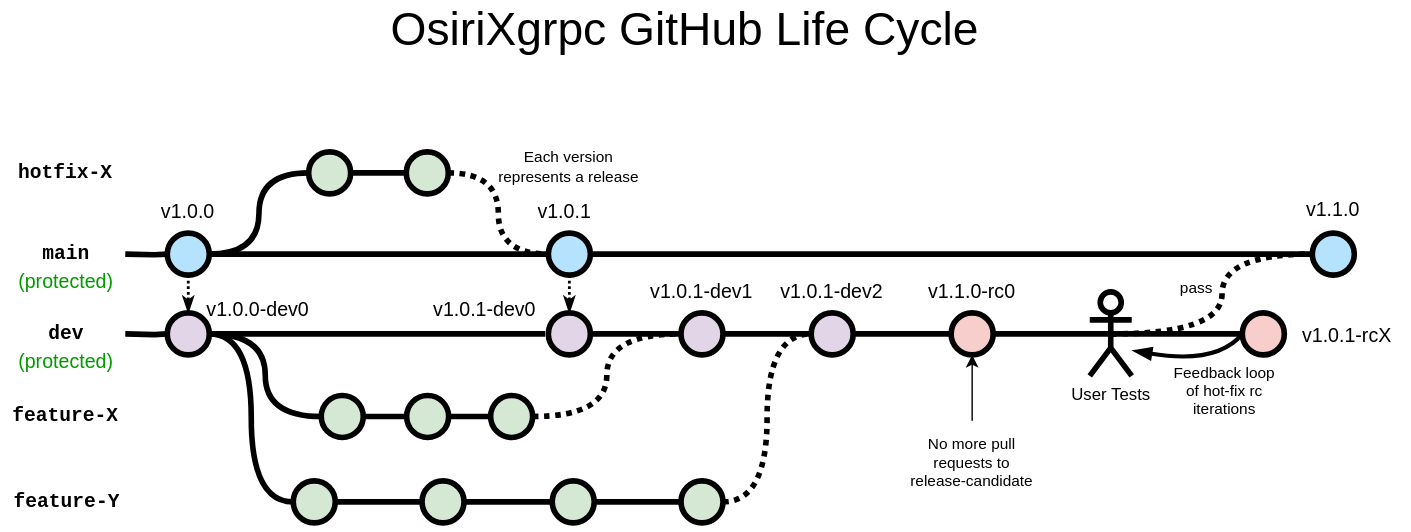
Above: docs/docfiles/assets/osirixgrpc.drawio.svg in osirixgrpc/osirixgrpc (draw.io), before the change. Source tidied: cells renumbered, new cells last; positions are measured from the earlier drawing's top-left corner, leaving out a move shared by most shapes.
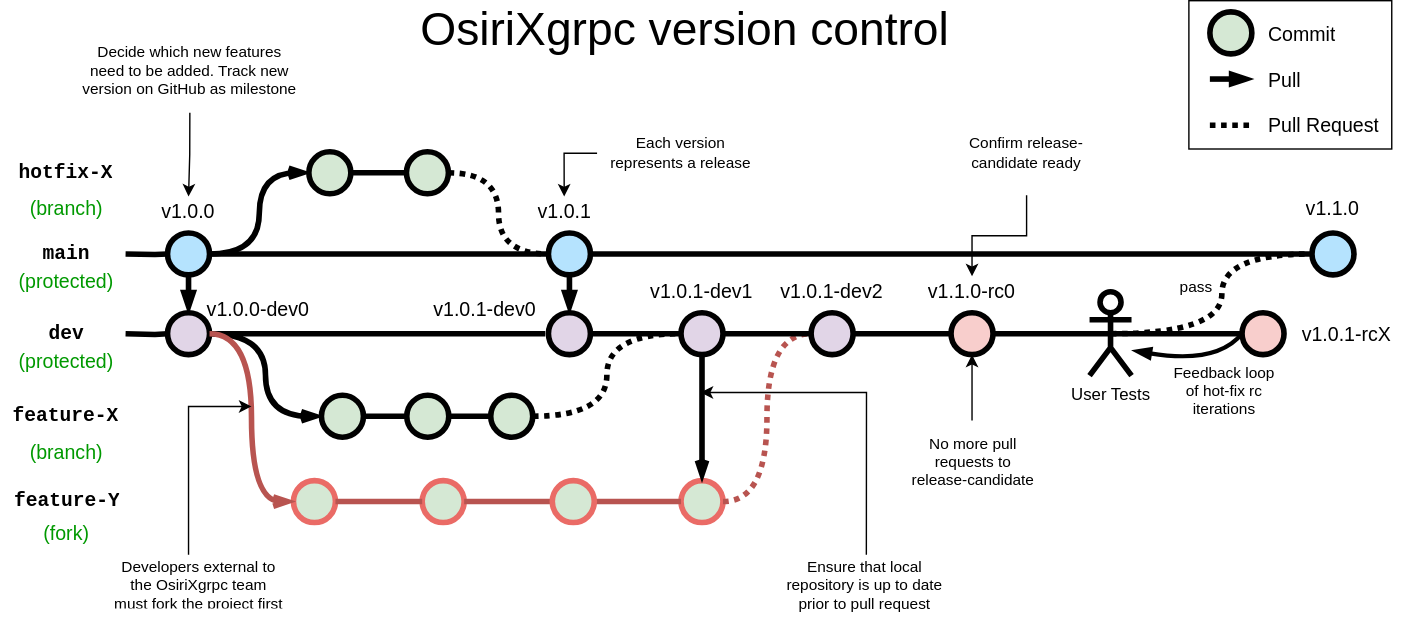
The same diagram one commit later.

Change to the diagram source:
```diff
@@ -5,7 +5,7 @@
     <mxCell id="2" style="edgeStyle=orthogonalEdgeStyle;rounded=0;html=1;jettySize=auto;plain-blue;endArrow=none;endFill=0;strokeWidth=4;strokeColor=#000000;entryX=0;entryY=0.5;entryDx=0;entryDy=0;entryPerimeter=0;" parent="1" edge="1" source="4" target="21">
       <mxGeometry x="292.2" y="211" as="geometry" />
     </mxCell>
-    <mxCell id="3" style="edgeStyle=orthogonalEdgeStyle;curved=1;rounded=0;html=1;exitX=1;exitY=0.5;exitPerimeter=0;entryX=0;entryY=0.5;entryPerimeter=0;endArrow=none;endFill=0;jettySize=auto;strokeWidth=4;fontSize=15;exitDx=0;exitDy=0;" parent="1" edge="1" source="24" target="8">
+    <mxCell id="3" style="edgeStyle=orthogonalEdgeStyle;curved=1;rounded=0;html=1;exitX=1;exitY=0.5;exitPerimeter=0;entryX=0;entryY=0.5;entryPerimeter=0;endArrow=openThin;endFill=0;jettySize=auto;strokeWidth=4;fontSize=15;exitDx=0;exitDy=0;" parent="1" edge="1" source="24" target="8">
       <mxGeometry relative="1" as="geometry" />
     </mxCell>
     <mxCell id="4" style="verticalLabelPosition=bottom;verticalAlign=top;html=1;strokeWidth=4;shape=mxgraph.flowchart.on-page_reference;plain-blue;gradientColor=none;fillColor=#B5E3Fe;strokeColor=#000000;" parent="1" vertex="1">
@@ -31,10 +31,13 @@
     <mxCell id="10" value="v1.0.0" style="text;html=1;strokeColor=none;fillColor=none;align=center;verticalAlign=middle;whiteSpace=wrap;overflow=hidden;fontSize=14;" parent="1" vertex="1">
       <mxGeometry x="100" y="140" width="70" height="20" as="geometry" />
     </mxCell>
+    <mxCell id="69" style="edgeStyle=orthogonalEdgeStyle;rounded=0;jettySize=auto;html=1;entryX=0.5;entryY=0;entryDx=0;entryDy=0;exitX=0;exitY=0.5;exitDx=0;exitDy=0;" parent="1" edge="1" source="11" target="16">
+      <mxGeometry relative="1" as="geometry" />
+    </mxCell>
     <mxCell id="11" value="&lt;span style=&quot;font-size: 11px;&quot;&gt;Each version represents a release&lt;/span&gt;" style="text;html=1;strokeColor=none;fillColor=none;align=center;verticalAlign=middle;whiteSpace=wrap;overflow=hidden;fontSize=11;fontStyle=0;fontColor=#000000;" parent="1" vertex="1">
-      <mxGeometry x="347.2" y="100" width="120" height="38" as="geometry" />
+      <mxGeometry x="427" y="90" width="120" height="38" as="geometry" />
     </mxCell>
-    <mxCell id="12" value="OsiriXgrpc GitHub Life Cycle" style="text;html=1;strokeColor=none;fillColor=none;align=center;verticalAlign=middle;whiteSpace=wrap;rounded=0;fontSize=33;fontColor=#000000;" parent="1" vertex="1">
+    <mxCell id="12" value="OsiriXgrpc version&amp;nbsp;control" style="text;html=1;strokeColor=none;fillColor=none;align=center;verticalAlign=middle;whiteSpace=wrap;rounded=0;fontSize=33;fontColor=#000000;" parent="1" vertex="1">
       <mxGeometry x="221" width="538" height="40" as="geometry" />
     </mxCell>
     <mxCell id="13" style="endArrow=classic;html=1;strokeWidth=1;fontFamily=Courier New;fontColor=#009900;entryX=0.5;entryY=1;entryDx=0;entryDy=0;entryPerimeter=0;" parent="1" edge="1" target="55">
@@ -43,7 +46,7 @@
       </mxGeometry>
     </mxCell>
     <mxCell id="14" value="&lt;span style=&quot;font-size: 11px;&quot;&gt;No more pull requests to release-candidate&lt;br style=&quot;font-size: 11px;&quot;&gt;&lt;/span&gt;" style="text;html=1;strokeColor=none;fillColor=none;align=center;verticalAlign=middle;whiteSpace=wrap;overflow=hidden;fontSize=11;fontStyle=0;fontColor=#000000;" parent="1" vertex="1">
-      <mxGeometry x="646.1" y="300" width="97.8" height="60" as="geometry" />
+      <mxGeometry x="647.1" y="300" width="97.8" height="60" as="geometry" />
     </mxCell>
     <mxCell id="15" style="edgeStyle=orthogonalEdgeStyle;rounded=0;jettySize=auto;html=1;fontSize=15;endArrow=none;endFill=0;strokeWidth=4;entryX=0;entryY=0.5;entryDx=0;entryDy=0;entryPerimeter=0;exitX=1;exitY=0.5;exitDx=0;exitDy=0;exitPerimeter=0;" parent="1" edge="1" source="21" target="5">
       <mxGeometry relative="1" as="geometry" />
@@ -51,7 +54,7 @@
     <mxCell id="16" value="v1.0.1" style="text;html=1;strokeColor=none;fillColor=none;align=center;verticalAlign=middle;whiteSpace=wrap;overflow=hidden;fontSize=14;" parent="1" vertex="1">
       <mxGeometry x="368.5" y="140" width="70" height="20" as="geometry" />
     </mxCell>
-    <mxCell id="17" style="edgeStyle=orthogonalEdgeStyle;curved=1;rounded=0;html=1;exitX=1;exitY=0.5;exitPerimeter=0;endArrow=none;endFill=0;jettySize=auto;strokeWidth=4;fontSize=15;exitDx=0;exitDy=0;entryX=0;entryY=0.5;entryDx=0;entryDy=0;entryPerimeter=0;" parent="1" edge="1" source="4" target="18">
+    <mxCell id="17" style="edgeStyle=orthogonalEdgeStyle;curved=1;rounded=0;html=1;exitX=1;exitY=0.5;exitPerimeter=0;endArrow=openThin;endFill=0;jettySize=auto;strokeWidth=4;fontSize=15;exitDx=0;exitDy=0;entryX=0;entryY=0.5;entryDx=0;entryDy=0;entryPerimeter=0;" parent="1" edge="1" source="4" target="18">
       <mxGeometry relative="1" as="geometry" />
     </mxCell>
     <mxCell id="18" style="verticalLabelPosition=bottom;verticalAlign=top;html=1;strokeWidth=4;shape=mxgraph.flowchart.on-page_reference;plain-purple;gradientColor=none;strokeColor=#000000;fillColor=#D5E8D4;" parent="1" vertex="1">
@@ -112,13 +115,13 @@
     <mxCell id="35" style="verticalLabelPosition=bottom;verticalAlign=top;html=1;strokeWidth=4;shape=mxgraph.flowchart.on-page_reference;fillColor=#e1d5e7;strokeColor=#000000;" parent="1" vertex="1">
       <mxGeometry x="392.2" y="223" width="30" height="30" as="geometry" />
     </mxCell>
-    <mxCell id="36" style="edgeStyle=orthogonalEdgeStyle;rounded=0;html=1;jettySize=auto;plain-blue;endArrow=classicThin;endFill=1;strokeWidth=2;strokeColor=#000000;exitX=0.5;exitY=1;exitDx=0;exitDy=0;exitPerimeter=0;entryX=0.5;entryY=0;entryDx=0;entryDy=0;entryPerimeter=0;dashed=1;dashPattern=1 1;" parent="1" edge="1" source="4" target="24">
+    <mxCell id="36" style="edgeStyle=orthogonalEdgeStyle;rounded=0;html=1;jettySize=auto;plain-blue;endArrow=blockThin;endFill=1;strokeWidth=4;strokeColor=#000000;exitX=0.5;exitY=1;exitDx=0;exitDy=0;exitPerimeter=0;entryX=0.5;entryY=0;entryDx=0;entryDy=0;entryPerimeter=0;" parent="1" edge="1" source="4" target="24">
       <mxGeometry x="292.2" y="211" as="geometry" />
     </mxCell>
     <mxCell id="37" value="v1.1.0" style="text;html=1;strokeColor=none;fillColor=none;align=center;verticalAlign=middle;whiteSpace=wrap;overflow=hidden;fontSize=14;" parent="1" vertex="1">
       <mxGeometry x="918" y="138" width="70" height="20" as="geometry" />
     </mxCell>
-    <mxCell id="38" style="edgeStyle=orthogonalEdgeStyle;rounded=0;html=1;jettySize=auto;plain-blue;endArrow=classicThin;endFill=1;strokeWidth=2;strokeColor=#000000;exitX=0.5;exitY=1;exitDx=0;exitDy=0;exitPerimeter=0;entryX=0.5;entryY=0;entryDx=0;entryDy=0;entryPerimeter=0;dashed=1;dashPattern=1 1;" parent="1" edge="1" source="21" target="35">
+    <mxCell id="38" style="edgeStyle=orthogonalEdgeStyle;rounded=0;html=1;jettySize=auto;plain-blue;endArrow=blockThin;endFill=1;strokeWidth=4;strokeColor=#000000;exitX=0.5;exitY=1;exitDx=0;exitDy=0;exitPerimeter=0;entryX=0.5;entryY=0;entryDx=0;entryDy=0;entryPerimeter=0;" parent="1" edge="1" source="21" target="35">
       <mxGeometry x="292.2" y="211" as="geometry" />
     </mxCell>
     <mxCell id="39" value="v1.0.0-dev0" style="text;html=1;strokeColor=none;fillColor=none;align=center;verticalAlign=middle;whiteSpace=wrap;overflow=hidden;fontSize=14;" parent="1" vertex="1">
@@ -136,25 +139,25 @@
     <mxCell id="43" style="verticalLabelPosition=bottom;verticalAlign=top;html=1;strokeWidth=4;shape=mxgraph.flowchart.on-page_reference;strokeColor=#000000;fillColor=#e1d5e7;" parent="1" vertex="1">
       <mxGeometry x="580" y="223" width="30" height="30" as="geometry" />
     </mxCell>
-    <mxCell id="44" style="verticalLabelPosition=bottom;verticalAlign=top;html=1;strokeWidth=4;shape=mxgraph.flowchart.on-page_reference;plain-purple;gradientColor=none;strokeColor=#000000;fillColor=#D5E8D4;" parent="1" vertex="1">
+    <mxCell id="44" style="verticalLabelPosition=bottom;verticalAlign=top;html=1;strokeWidth=4;shape=mxgraph.flowchart.on-page_reference;plain-purple;gradientColor=none;strokeColor=#EA6B66;fillColor=#D5E8D4;" parent="1" vertex="1">
       <mxGeometry x="210" y="343" width="30" height="30" as="geometry" />
     </mxCell>
-    <mxCell id="45" style="verticalLabelPosition=bottom;verticalAlign=top;html=1;strokeWidth=4;shape=mxgraph.flowchart.on-page_reference;plain-purple;gradientColor=none;strokeColor=#000000;fillColor=#D5E8D4;" parent="1" vertex="1">
+    <mxCell id="45" style="verticalLabelPosition=bottom;verticalAlign=top;html=1;strokeWidth=4;shape=mxgraph.flowchart.on-page_reference;plain-purple;gradientColor=none;strokeColor=#EA6B66;fillColor=#D5E8D4;" parent="1" vertex="1">
       <mxGeometry x="302" y="343" width="30" height="30" as="geometry" />
     </mxCell>
-    <mxCell id="46" style="verticalLabelPosition=bottom;verticalAlign=top;html=1;strokeWidth=4;shape=mxgraph.flowchart.on-page_reference;plain-purple;gradientColor=none;strokeColor=#000000;fillColor=#D5E8D4;" parent="1" vertex="1">
+    <mxCell id="46" style="verticalLabelPosition=bottom;verticalAlign=top;html=1;strokeWidth=4;shape=mxgraph.flowchart.on-page_reference;plain-purple;gradientColor=none;strokeColor=#EA6B66;fillColor=#D5E8D4;" parent="1" vertex="1">
       <mxGeometry x="487" y="343" width="30" height="30" as="geometry" />
     </mxCell>
-    <mxCell id="47" style="edgeStyle=orthogonalEdgeStyle;curved=1;rounded=0;html=1;entryX=0;entryY=0.5;entryPerimeter=0;endArrow=none;endFill=0;jettySize=auto;strokeWidth=4;fontSize=15;exitX=1;exitY=0.5;exitDx=0;exitDy=0;exitPerimeter=0;entryDx=0;entryDy=0;" parent="1" edge="1" source="24" target="44">
+    <mxCell id="47" style="edgeStyle=orthogonalEdgeStyle;curved=1;rounded=0;html=1;entryX=0;entryY=0.5;entryPerimeter=0;endArrow=openThin;endFill=0;jettySize=auto;strokeWidth=4;fontSize=15;exitX=1;exitY=0.5;exitDx=0;exitDy=0;exitPerimeter=0;entryDx=0;entryDy=0;fillColor=#f8cecc;strokeColor=#b85450;" parent="1" edge="1" source="24" target="44">
       <mxGeometry relative="1" as="geometry" />
     </mxCell>
-    <mxCell id="48" style="edgeStyle=orthogonalEdgeStyle;rounded=0;html=1;jettySize=auto;plain-blue;endArrow=none;endFill=0;strokeWidth=4;strokeColor=#000000;exitX=1;exitY=0.5;exitDx=0;exitDy=0;exitPerimeter=0;entryX=0;entryY=0.5;entryDx=0;entryDy=0;entryPerimeter=0;" parent="1" edge="1" source="44" target="45">
+    <mxCell id="48" style="edgeStyle=orthogonalEdgeStyle;rounded=0;html=1;jettySize=auto;endArrow=none;endFill=0;strokeWidth=4;strokeColor=#b85450;exitX=1;exitY=0.5;exitDx=0;exitDy=0;exitPerimeter=0;entryX=0;entryY=0.5;entryDx=0;entryDy=0;entryPerimeter=0;fillColor=#f8cecc;" parent="1" edge="1" source="44" target="45">
       <mxGeometry x="292.2" y="211" as="geometry" />
     </mxCell>
-    <mxCell id="49" style="edgeStyle=orthogonalEdgeStyle;rounded=0;html=1;jettySize=auto;plain-blue;endArrow=none;endFill=0;strokeWidth=4;strokeColor=#000000;exitX=0;exitY=0.5;exitDx=0;exitDy=0;exitPerimeter=0;entryX=1;entryY=0.5;entryDx=0;entryDy=0;entryPerimeter=0;" parent="1" edge="1" source="54" target="45">
+    <mxCell id="49" style="edgeStyle=orthogonalEdgeStyle;rounded=0;html=1;jettySize=auto;endArrow=none;endFill=0;strokeWidth=4;strokeColor=#b85450;exitX=0;exitY=0.5;exitDx=0;exitDy=0;exitPerimeter=0;entryX=1;entryY=0.5;entryDx=0;entryDy=0;entryPerimeter=0;fillColor=#f8cecc;" parent="1" edge="1" source="54" target="45">
       <mxGeometry x="292.2" y="211" as="geometry" />
     </mxCell>
-    <mxCell id="50" style="edgeStyle=orthogonalEdgeStyle;curved=1;rounded=0;html=1;entryX=0;entryY=0.5;entryPerimeter=0;endArrow=none;endFill=0;jettySize=auto;strokeWidth=4;fontSize=15;exitX=1;exitY=0.5;exitDx=0;exitDy=0;exitPerimeter=0;entryDx=0;entryDy=0;dashed=1;dashPattern=1 1;" parent="1" edge="1" source="46" target="43">
+    <mxCell id="50" style="edgeStyle=orthogonalEdgeStyle;curved=1;rounded=0;html=1;entryX=0;entryY=0.5;entryPerimeter=0;endArrow=none;endFill=0;jettySize=auto;strokeWidth=4;fontSize=15;exitX=1;exitY=0.5;exitDx=0;exitDy=0;exitPerimeter=0;entryDx=0;entryDy=0;dashed=1;dashPattern=1 1;fillColor=#f8cecc;strokeColor=#b85450;" parent="1" edge="1" source="46" target="43">
       <mxGeometry relative="1" as="geometry" />
     </mxCell>
     <mxCell id="51" style="edgeStyle=orthogonalEdgeStyle;rounded=0;html=1;jettySize=auto;plain-blue;endArrow=none;endFill=0;strokeWidth=4;strokeColor=#000000;exitX=0;exitY=0.5;exitDx=0;exitDy=0;exitPerimeter=0;entryX=1;entryY=0.5;entryDx=0;entryDy=0;entryPerimeter=0;" parent="1" edge="1" source="43" target="25">
@@ -163,10 +166,10 @@
     <mxCell id="52" value="v1.0.1-dev2" style="text;html=1;strokeColor=none;fillColor=none;align=center;verticalAlign=middle;whiteSpace=wrap;overflow=hidden;fontSize=14;" parent="1" vertex="1">
       <mxGeometry x="550" y="197" width="90" height="20" as="geometry" />
     </mxCell>
-    <mxCell id="53" style="edgeStyle=orthogonalEdgeStyle;rounded=0;html=1;jettySize=auto;plain-blue;endArrow=none;endFill=0;strokeWidth=4;strokeColor=#000000;exitX=0;exitY=0.5;exitDx=0;exitDy=0;exitPerimeter=0;entryX=1;entryY=0.5;entryDx=0;entryDy=0;entryPerimeter=0;" parent="1" edge="1" source="46" target="54">
+    <mxCell id="53" style="edgeStyle=orthogonalEdgeStyle;rounded=0;html=1;jettySize=auto;endArrow=none;endFill=0;strokeWidth=4;strokeColor=#b85450;exitX=0;exitY=0.5;exitDx=0;exitDy=0;exitPerimeter=0;entryX=1;entryY=0.5;entryDx=0;entryDy=0;entryPerimeter=0;fillColor=#f8cecc;" parent="1" edge="1" source="46" target="54">
       <mxGeometry x="292.2" y="211" as="geometry" />
     </mxCell>
-    <mxCell id="54" style="verticalLabelPosition=bottom;verticalAlign=top;html=1;strokeWidth=4;shape=mxgraph.flowchart.on-page_reference;plain-purple;gradientColor=none;strokeColor=#000000;fillColor=#D5E8D4;" parent="1" vertex="1">
+    <mxCell id="54" style="verticalLabelPosition=bottom;verticalAlign=top;html=1;strokeWidth=4;shape=mxgraph.flowchart.on-page_reference;plain-purple;gradientColor=none;strokeColor=#EA6B66;fillColor=#D5E8D4;" parent="1" vertex="1">
       <mxGeometry x="395" y="343" width="30" height="30" as="geometry" />
     </mxCell>
     <mxCell id="55" style="verticalLabelPosition=bottom;verticalAlign=top;html=1;strokeWidth=4;shape=mxgraph.flowchart.on-page_reference;strokeColor=#000000;fillColor=#f8cecc;" parent="1" vertex="1">
@@ -196,7 +199,7 @@
     <mxCell id="63" value="feature-X" style="text;html=1;strokeColor=none;fillColor=none;align=center;verticalAlign=middle;whiteSpace=wrap;overflow=hidden;fontSize=14;fontStyle=1;fontFamily=Courier New;" parent="1" vertex="1">
       <mxGeometry x="0.5" y="276" width="95" height="42" as="geometry" />
     </mxCell>
-    <mxCell id="64" value="feature-Y" style="text;html=1;strokeColor=none;fillColor=none;align=center;verticalAlign=middle;whiteSpace=wrap;overflow=hidden;fontSize=14;fontStyle=1;fontFamily=Courier New;" parent="1" vertex="1">
+    <mxCell id="64" value="feature-Y&lt;br&gt;" style="text;html=1;strokeColor=none;fillColor=none;align=center;verticalAlign=middle;whiteSpace=wrap;overflow=hidden;fontSize=14;fontStyle=1;fontFamily=Courier New;" parent="1" vertex="1">
       <mxGeometry x="0.5" y="337" width="95" height="42" as="geometry" />
     </mxCell>
     <mxCell id="65" value="v1.0.1-rcX" style="text;html=1;strokeColor=none;fillColor=none;align=center;verticalAlign=middle;whiteSpace=wrap;overflow=hidden;fontSize=14;" parent="1" vertex="1">
@@ -216,5 +219,82 @@
     <mxCell id="68" value="Feedback loop&lt;br&gt;of hot-fix rc&lt;br&gt;iterations" style="text;html=1;align=center;verticalAlign=middle;strokeColor=none;fillColor=none;fontSize=11;" parent="1" vertex="1">
       <mxGeometry x="825" y="254" width="100" height="50" as="geometry" />
     </mxCell>
+    <mxCell id="70" value="(fork)" style="text;html=1;strokeColor=none;fillColor=none;align=center;verticalAlign=middle;whiteSpace=wrap;overflow=hidden;fontSize=14;fontStyle=0;fontColor=#009900;" parent="1" vertex="1">
+      <mxGeometry x="12.1" y="370" width="71.8" height="20" as="geometry" />
+    </mxCell>
+    <mxCell id="71" style="edgeStyle=orthogonalEdgeStyle;rounded=0;jettySize=auto;html=1;exitX=0.5;exitY=1;exitDx=0;exitDy=0;entryX=0.5;entryY=0;entryDx=0;entryDy=0;" parent="1" edge="1" source="72" target="10">
+      <mxGeometry relative="1" as="geometry" />
+    </mxCell>
+    <mxCell id="72" value="&lt;span style=&quot;font-size: 11px;&quot;&gt;Decide which new features need to be added. Track new version on GitHub as milestone&lt;br style=&quot;font-size: 11px;&quot;&gt;&lt;/span&gt;" style="text;html=1;strokeColor=none;fillColor=none;align=center;verticalAlign=middle;whiteSpace=wrap;overflow=hidden;fontSize=11;fontStyle=0;fontColor=#000000;" parent="1" vertex="1">
+      <mxGeometry x="57.9" y="20" width="156.1" height="60" as="geometry" />
+    </mxCell>
+    <mxCell id="73" style="edgeStyle=orthogonalEdgeStyle;rounded=0;jettySize=auto;html=1;" parent="1" edge="1" source="74">
+      <mxGeometry relative="1" as="geometry">
+        <mxPoint x="180" y="290" as="targetPoint" />
+        <Array as="points">
+          <mxPoint x="135" y="290" />
+        </Array>
+      </mxGeometry>
+    </mxCell>
+    <mxCell id="74" value="&lt;span style=&quot;font-size: 11px;&quot;&gt;Developers external to the OsiriXgrpc team must fork the project first&lt;br style=&quot;font-size: 11px;&quot;&gt;&lt;/span&gt;" style="text;html=1;strokeColor=none;fillColor=none;align=center;verticalAlign=middle;whiteSpace=wrap;overflow=hidden;fontSize=11;fontStyle=0;fontColor=#000000;" parent="1" vertex="1">
+      <mxGeometry x="81" y="396" width="123.1" height="40" as="geometry" />
+    </mxCell>
+    <mxCell id="75" style="edgeStyle=orthogonalEdgeStyle;rounded=0;jettySize=auto;html=1;exitX=0.5;exitY=1;exitDx=0;exitDy=0;exitPerimeter=0;entryX=0.5;entryY=0;entryDx=0;entryDy=0;entryPerimeter=0;strokeWidth=4;endArrow=openThin;endFill=0;" parent="1" edge="1" source="25" target="46">
+      <mxGeometry relative="1" as="geometry" />
+    </mxCell>
+    <mxCell id="76" style="edgeStyle=orthogonalEdgeStyle;rounded=0;orthogonalLoop=1;jettySize=auto;html=1;exitX=0.5;exitY=0;exitDx=0;exitDy=0;" parent="1" edge="1">
+      <mxGeometry relative="1" as="geometry">
+        <mxPoint x="619.5" y="396" as="sourcePoint" />
+        <mxPoint x="501" y="280" as="targetPoint" />
+        <Array as="points">
+          <mxPoint x="620" y="280" />
+        </Array>
+      </mxGeometry>
+    </mxCell>
+    <mxCell id="77" value="&lt;span style=&quot;font-size: 11px;&quot;&gt;Ensure that local repository is up to date prior to pull request&lt;br style=&quot;font-size: 11px;&quot;&gt;&lt;/span&gt;" style="text;html=1;strokeColor=none;fillColor=none;align=center;verticalAlign=middle;whiteSpace=wrap;overflow=hidden;fontSize=11;fontStyle=0;fontColor=#000000;" parent="1" vertex="1">
+      <mxGeometry x="556.9" y="396" width="123.1" height="44" as="geometry" />
+    </mxCell>
+    <mxCell id="78" value="(branch)" style="text;html=1;strokeColor=none;fillColor=none;align=center;verticalAlign=middle;whiteSpace=wrap;overflow=hidden;fontSize=14;fontStyle=0;fontColor=#009900;" parent="1" vertex="1">
+      <mxGeometry x="12.1" y="312" width="71.8" height="20" as="geometry" />
+    </mxCell>
+    <mxCell id="79" value="(branch)" style="text;html=1;strokeColor=none;fillColor=none;align=center;verticalAlign=middle;whiteSpace=wrap;overflow=hidden;fontSize=14;fontStyle=0;fontColor=#009900;" parent="1" vertex="1">
+      <mxGeometry x="12.1" y="138" width="71.8" height="20" as="geometry" />
+    </mxCell>
+    <mxCell id="80" style="edgeStyle=orthogonalEdgeStyle;rounded=0;jettySize=auto;html=1;entryX=0.5;entryY=0;entryDx=0;entryDy=0;" parent="1" edge="1" source="81" target="56">
+      <mxGeometry relative="1" as="geometry" />
+    </mxCell>
+    <mxCell id="81" value="&lt;span style=&quot;font-size: 11px;&quot;&gt;Confirm release-candidate ready&lt;br style=&quot;font-size: 11px;&quot;&gt;&lt;/span&gt;" style="text;html=1;strokeColor=none;fillColor=none;align=center;verticalAlign=middle;whiteSpace=wrap;overflow=hidden;fontSize=11;fontStyle=0;fontColor=#000000;" parent="1" vertex="1">
+      <mxGeometry x="684" y="79" width="100" height="60" as="geometry" />
+    </mxCell>
+    <mxCell id="82" style="group;" parent="1" vertex="1">
+      <mxGeometry x="850" width="145" height="106" as="geometry" />
+    </mxCell>
+    <mxCell id="83" style="verticalLabelPosition=bottom;verticalAlign=top;html=1;strokeWidth=4;shape=mxgraph.flowchart.on-page_reference;plain-purple;gradientColor=none;strokeColor=#000000;fillColor=#D5E8D4;" parent="82" vertex="1">
+      <mxGeometry x="15" y="8" width="30" height="30" as="geometry" />
+    </mxCell>
+    <mxCell id="84" value="Commit" style="text;html=1;strokeColor=none;fillColor=none;align=left;verticalAlign=middle;whiteSpace=wrap;overflow=hidden;fontSize=14;" parent="82" vertex="1">
+      <mxGeometry x="55" y="13" width="90" height="20" as="geometry" />
+    </mxCell>
+    <mxCell id="85" style="endArrow=blockThin;html=1;rounded=0;strokeWidth=4;endFill=1;" parent="82" edge="1">
+      <mxGeometry relative="1" as="geometry">
+        <mxPoint x="15" y="56" as="sourcePoint" />
+        <mxPoint x="45" y="56" as="targetPoint" />
+      </mxGeometry>
+    </mxCell>
+    <mxCell id="86" value="Pull" style="text;html=1;strokeColor=none;fillColor=none;align=left;verticalAlign=middle;whiteSpace=wrap;overflow=hidden;fontSize=14;" parent="82" vertex="1">
+      <mxGeometry x="55" y="46" width="90" height="20" as="geometry" />
+    </mxCell>
+    <mxCell id="87" style="endArrow=none;html=1;rounded=0;strokeWidth=4;dashed=1;dashPattern=1 1;" parent="82" edge="1">
+      <mxGeometry relative="1" as="geometry">
+        <mxPoint x="15" y="89" as="sourcePoint" />
+        <mxPoint x="45" y="89" as="targetPoint" />
+      </mxGeometry>
+    </mxCell>
+    <mxCell id="88" value="Pull Request" style="text;html=1;strokeColor=none;fillColor=none;align=left;verticalAlign=middle;whiteSpace=wrap;overflow=hidden;fontSize=14;" parent="82" vertex="1">
+      <mxGeometry x="55" y="78" width="90" height="20" as="geometry" />
+    </mxCell>
+    <mxCell id="89" style="rounded=0;whiteSpace=wrap;html=1;fillColor=none;" parent="82" vertex="1">
+      <mxGeometry width="145" height="106" as="geometry" />
+    </mxCell>
   </root>
 </mxGraphModel>
```
